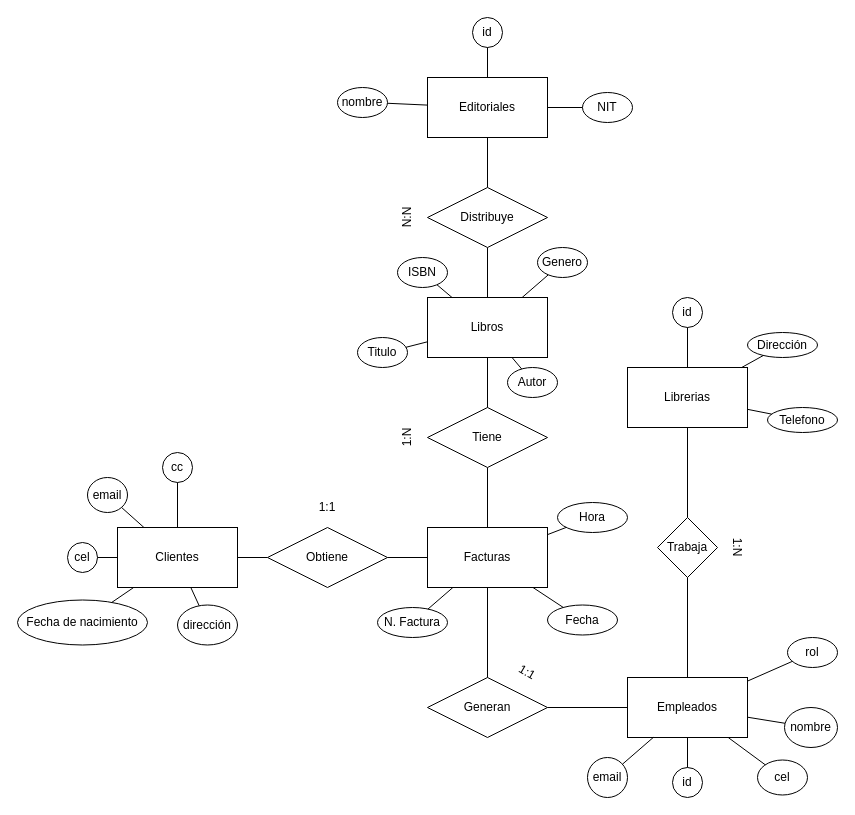
juangduque/bit-classes-2023 keeps this draw.io diagram as diagrama-libreria.drawio. Above is the earlier version. Source tidied: cells renumbered, new cells numbered last; positions are measured from the earlier drawing's top-left corner, leaving out a move shared by most shapes. Both pictures are drawn from the tidied source at 100%, with x=0, y=0 at pixel (17, 17).
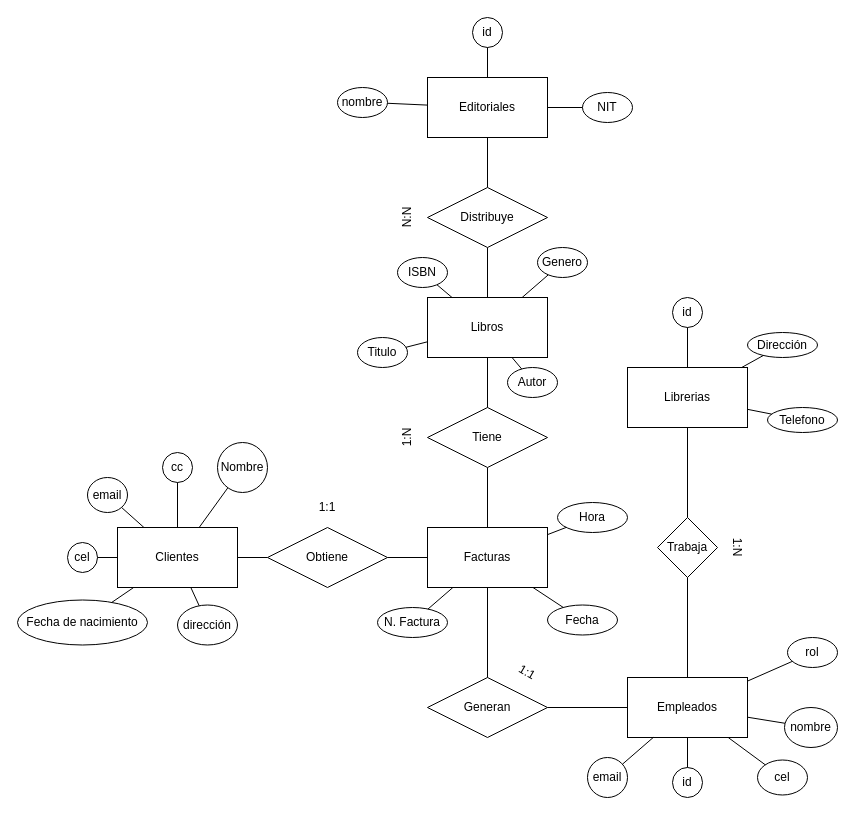
Above is the later version.

Unchanged cells that the change refers to:
```xml
<mxCell id="3" value="Clientes" style="rounded=0;whiteSpace=wrap;html=1;" parent="1" vertex="1">
  <mxGeometry x="100" y="510" width="120" height="60" as="geometry" />
</mxCell>
```

Change to the diagram source:
```diff
@@
+    <mxCell id="74" value="Nombre" style="ellipse;whiteSpace=wrap;html=1;" parent="1" vertex="1">
+      <mxGeometry x="200" y="425" width="50" height="50" as="geometry" />
+    </mxCell>
+    <mxCell id="75" style="endArrow=none;html=1;rounded=0;" parent="1" edge="1" source="3" target="74">
+      <mxGeometry relative="1" as="geometry" />
+    </mxCell>
```
